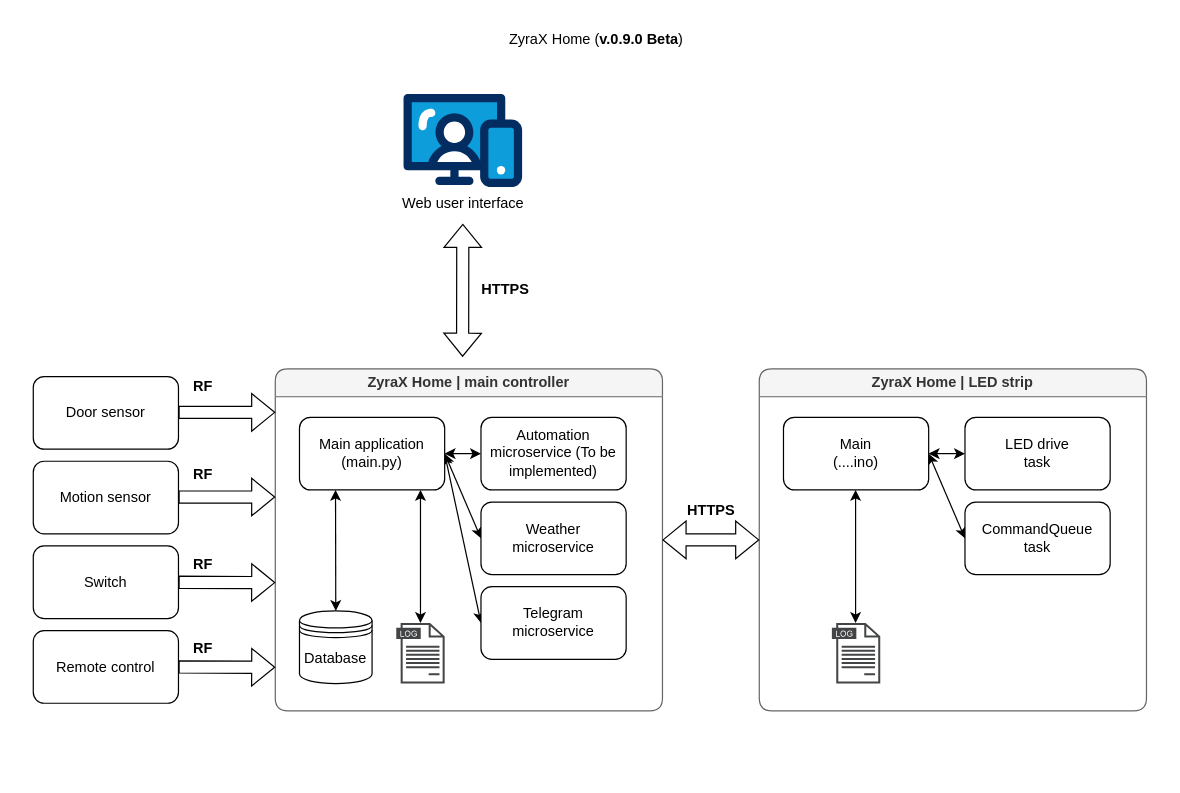
LukedeMunk/zyrax-home-main-controller keeps this draw.io diagram as documentation/software/system_overview_v0_9_0_Beta.drawio. Above is the earlier version. Source tidied: cells renumbered, new cells numbered last; positions are measured from the earlier drawing's top-left corner, leaving out a move shared by most shapes. Both pictures are drawn from the tidied source at 121%, with x=0, y=0 at pixel (33, 21).
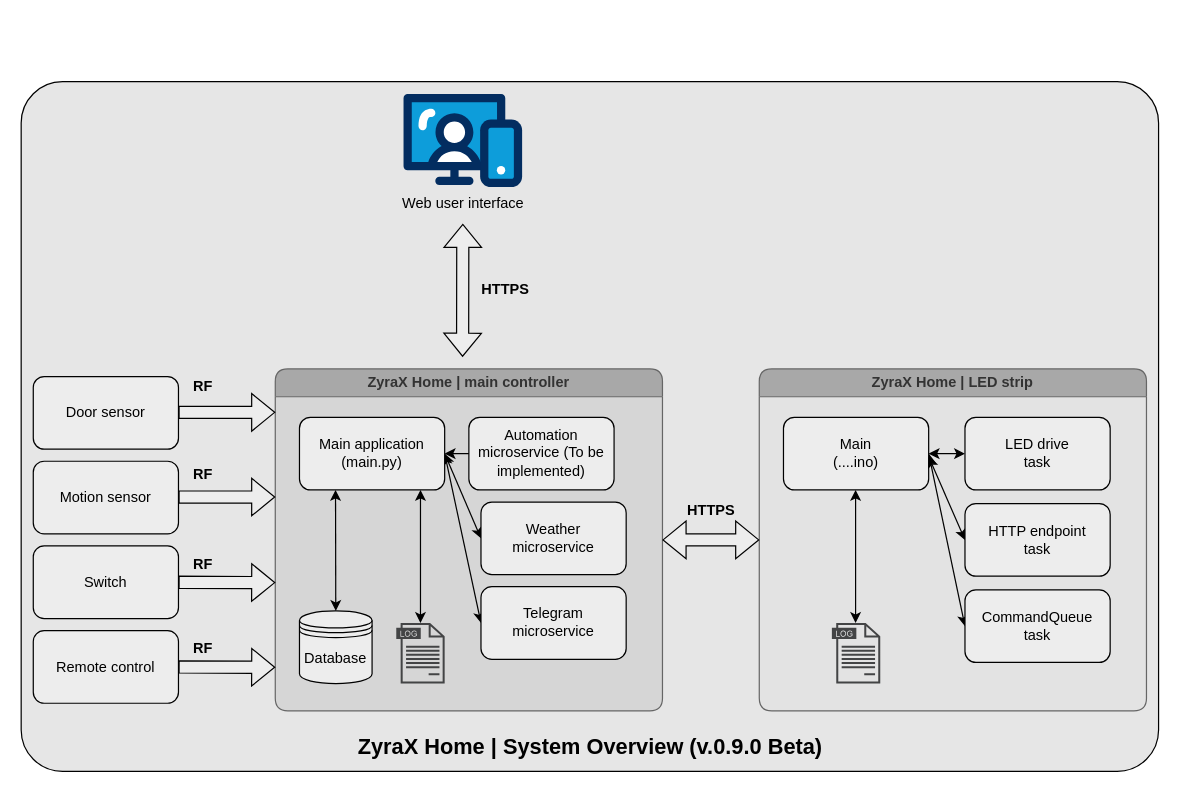
Above is the later version.

Diff of the diagram source:
```diff
@@
+    <mxCell id="40" style="rounded=1;whiteSpace=wrap;html=1;arcSize=6;imageHeight=24;fillColor=#E6E6E6;" parent="1" vertex="1">
+      <mxGeometry x="-10" y="50" width="940" height="570" as="geometry" />
+    </mxCell>
-    <mxCell id="2" value="ZyraX Home (&lt;b&gt;v.0.9.0 Beta&lt;/b&gt;)" style="text;html=1;align=center;verticalAlign=middle;strokeColor=none;fillColor=none;" parent="1" vertex="1">
-      <mxGeometry x="380" width="170" height="30" as="geometry" />
+    <mxCell id="2" value="&lt;font style=&quot;font-size: 18px;&quot;&gt;&lt;b&gt;ZyraX Home | System Overview (v.0.9.0 Beta)&lt;/b&gt;&lt;/font&gt;" style="text;html=1;align=center;verticalAlign=middle;strokeColor=none;fillColor=none;" parent="1" vertex="1">
+      <mxGeometry x="255" y="580" width="410" height="40" as="geometry" />
     </mxCell>
-    <mxCell id="3" value="Door sensor" style="rounded=1;whiteSpace=wrap;html=1;" parent="1" vertex="1">
+    <mxCell id="3" value="Door sensor" style="rounded=1;whiteSpace=wrap;html=1;fillColor=#EDEDED;" parent="1" vertex="1">
       <mxGeometry y="293.7" width="120" height="60" as="geometry" />
     </mxCell>
-    <mxCell id="4" value="Motion sensor" style="rounded=1;whiteSpace=wrap;html=1;" parent="1" vertex="1">
+    <mxCell id="4" value="Motion sensor" style="rounded=1;whiteSpace=wrap;html=1;fillColor=#EDEDED;" parent="1" vertex="1">
       <mxGeometry y="363.7" width="120" height="60" as="geometry" />
     </mxCell>
-    <mxCell id="5" value="Switch" style="rounded=1;whiteSpace=wrap;html=1;" parent="1" vertex="1">
+    <mxCell id="5" value="Switch" style="rounded=1;whiteSpace=wrap;html=1;fillColor=#EDEDED;" parent="1" vertex="1">
       <mxGeometry y="433.7" width="120" height="60" as="geometry" />
     </mxCell>
-    <mxCell id="6" value="Remote control" style="rounded=1;whiteSpace=wrap;html=1;" parent="1" vertex="1">
+    <mxCell id="6" value="Remote control" style="rounded=1;whiteSpace=wrap;html=1;fillColor=#EDEDED;" parent="1" vertex="1">
       <mxGeometry y="503.7" width="120" height="60" as="geometry" />
     </mxCell>
@@
-    <mxCell id="8" value="ZyraX Home | main controller" style="swimlane;whiteSpace=wrap;html=1;rounded=1;shadow=0;glass=0;fillStyle=auto;fillColor=#f5f5f5;fontColor=#333333;strokeColor=#666666;labelBackgroundColor=none;perimeterSpacing=0;gradientColor=none;swimlaneFillColor=default;" parent="1" vertex="1">
+    <mxCell id="8" value="ZyraX Home | main controller" style="swimlane;whiteSpace=wrap;html=1;rounded=1;shadow=0;glass=0;fillStyle=auto;fillColor=#A8A8A8;fontColor=#333333;strokeColor=#666666;labelBackgroundColor=none;perimeterSpacing=0;gradientColor=none;swimlaneFillColor=#D6D6D6;" parent="1" vertex="1">
       <mxGeometry x="200" y="287.4" width="320" height="282.6" as="geometry" />
     </mxCell>
@@
-    <mxCell id="12" value="Main application&lt;div&gt;(main.py)&lt;/div&gt;" style="rounded=1;whiteSpace=wrap;html=1;" parent="8" vertex="1">
+    <mxCell id="12" value="Main application&lt;div&gt;(main.py)&lt;/div&gt;" style="rounded=1;whiteSpace=wrap;html=1;fillColor=#EDEDED;" parent="8" vertex="1">
       <mxGeometry x="20" y="40" width="120" height="60" as="geometry" />
     </mxCell>
-    <mxCell id="13" value="Database" style="shape=datastore;whiteSpace=wrap;html=1;" parent="8" vertex="1">
+    <mxCell id="13" value="Database" style="shape=datastore;whiteSpace=wrap;html=1;fillColor=#EDEDED;" parent="8" vertex="1">
       <mxGeometry x="20" y="200" width="60" height="60" as="geometry" />
     </mxCell>
@@
-    <mxCell id="17" value="Automation&lt;div&gt;microservice (To be implemented)&lt;/div&gt;" style="rounded=1;whiteSpace=wrap;html=1;" parent="8" vertex="1">
-      <mxGeometry x="170" y="40" width="120" height="60" as="geometry" />
+    <mxCell id="17" value="Automation&lt;div&gt;microservice (To be implemented)&lt;/div&gt;" style="rounded=1;whiteSpace=wrap;html=1;fillColor=#EDEDED;" parent="8" vertex="1">
+      <mxGeometry x="160" y="40" width="120" height="60" as="geometry" />
     </mxCell>
-    <mxCell id="18" value="Weather&lt;div&gt;microservice&lt;/div&gt;" style="rounded=1;whiteSpace=wrap;html=1;" parent="8" vertex="1">
+    <mxCell id="18" value="Weather&lt;div&gt;microservice&lt;/div&gt;" style="rounded=1;whiteSpace=wrap;html=1;fillColor=#EDEDED;" parent="8" vertex="1">
       <mxGeometry x="170" y="110" width="120" height="60" as="geometry" />
     </mxCell>
-    <mxCell id="19" value="Telegram&lt;div&gt;microservice&lt;/div&gt;" style="rounded=1;whiteSpace=wrap;html=1;" parent="8" vertex="1">
+    <mxCell id="19" value="Telegram&lt;div&gt;microservice&lt;/div&gt;" style="rounded=1;whiteSpace=wrap;html=1;fillColor=#EDEDED;" parent="8" vertex="1">
       <mxGeometry x="170" y="180" width="120" height="60" as="geometry" />
     </mxCell>
-    <mxCell id="20" style="shape=flexArrow;endArrow=classic;startArrow=classic;html=1;rounded=0;exitX=0.478;exitY=-0.013;exitDx=0;exitDy=0;exitPerimeter=0;" parent="1" edge="1">
+    <mxCell id="20" style="shape=flexArrow;endArrow=classic;startArrow=classic;html=1;rounded=0;exitX=0.478;exitY=-0.013;exitDx=0;exitDy=0;exitPerimeter=0;fillColor=#EDEDED;" parent="1" edge="1">
       <mxGeometry relative="1" as="geometry">
         <mxPoint x="354.8" y="277.4" as="sourcePoint" />
         <mxPoint x="355" y="167.4" as="targetPoint" />
       </mxGeometry>
     </mxCell>
@@
-    <mxCell id="22" value="ZyraX Home | LED strip" style="swimlane;whiteSpace=wrap;html=1;rounded=1;shadow=0;glass=0;fillStyle=auto;fillColor=#f5f5f5;fontColor=#333333;strokeColor=#666666;labelBackgroundColor=none;perimeterSpacing=0;gradientColor=none;swimlaneFillColor=default;" parent="1" vertex="1">
+    <mxCell id="22" value="ZyraX Home | LED strip" style="swimlane;whiteSpace=wrap;html=1;rounded=1;shadow=0;glass=0;fillStyle=auto;fillColor=#A8A8A8;fontColor=#333333;strokeColor=#666666;labelBackgroundColor=none;perimeterSpacing=0;gradientColor=none;swimlaneFillColor=#E3E3E3;" parent="1" vertex="1">
       <mxGeometry x="600" y="287.4" width="320" height="282.6" as="geometry" />
     </mxCell>
@@
-    <mxCell id="25" value="Main&lt;div&gt;(....ino)&lt;/div&gt;" style="rounded=1;whiteSpace=wrap;html=1;" parent="22" vertex="1">
+    <mxCell id="25" value="Main&lt;div&gt;(....ino)&lt;/div&gt;" style="rounded=1;whiteSpace=wrap;html=1;fillColor=#EDEDED;" parent="22" vertex="1">
       <mxGeometry x="20" y="40" width="120" height="60" as="geometry" />
     </mxCell>
@@
-    <mxCell id="28" value="LED drive&lt;div&gt;task&lt;/div&gt;" style="rounded=1;whiteSpace=wrap;html=1;" parent="22" vertex="1">
+    <mxCell id="28" value="LED drive&lt;div&gt;task&lt;/div&gt;" style="rounded=1;whiteSpace=wrap;html=1;fillColor=#EDEDED;" parent="22" vertex="1">
       <mxGeometry x="170" y="40" width="120" height="60" as="geometry" />
     </mxCell>
-    <mxCell id="29" value="CommandQueue&lt;div&gt;task&lt;/div&gt;" style="rounded=1;whiteSpace=wrap;html=1;" parent="22" vertex="1">
-      <mxGeometry x="170" y="110" width="120" height="60" as="geometry" />
+    <mxCell id="29" value="CommandQueue&lt;div&gt;task&lt;/div&gt;" style="rounded=1;whiteSpace=wrap;html=1;fillColor=#EDEDED;" parent="22" vertex="1">
+      <mxGeometry x="170" y="182.6" width="120" height="60" as="geometry" />
     </mxCell>
+    <mxCell id="41" style="rounded=0;jettySize=auto;html=1;exitX=0;exitY=0.5;exitDx=0;exitDy=0;startArrow=classic;startFill=1;" parent="22" edge="1" source="42">
+      <mxGeometry relative="1" as="geometry">
+        <mxPoint x="140" y="72.6" as="targetPoint" />
+      </mxGeometry>
+    </mxCell>
+    <mxCell id="42" value="HTTP endpoint&lt;div&gt;task&lt;/div&gt;" style="rounded=1;whiteSpace=wrap;html=1;fillColor=#EDEDED;" parent="22" vertex="1">
+      <mxGeometry x="170" y="111.3" width="120" height="60" as="geometry" />
+    </mxCell>
-    <mxCell id="30" style="shape=flexArrow;endArrow=classic;html=1;rounded=0;exitX=1;exitY=0.5;exitDx=0;exitDy=0;" parent="1" edge="1" source="6">
+    <mxCell id="30" style="shape=flexArrow;endArrow=classic;html=1;rounded=0;exitX=1;exitY=0.5;exitDx=0;exitDy=0;fillColor=#EDEDED;" parent="1" edge="1" source="6">
       <mxGeometry relative="1" as="geometry">
         <mxPoint x="200" y="534" as="targetPoint" />
       </mxGeometry>
     </mxCell>
-    <mxCell id="31" style="shape=flexArrow;endArrow=classic;html=1;rounded=0;exitX=1;exitY=0.5;exitDx=0;exitDy=0;" parent="1" edge="1" source="5">
+    <mxCell id="31" style="shape=flexArrow;endArrow=classic;html=1;rounded=0;exitX=1;exitY=0.5;exitDx=0;exitDy=0;fillColor=#EDEDED;" parent="1" edge="1" source="5">
       <mxGeometry relative="1" as="geometry">
         <mxPoint x="200" y="464" as="targetPoint" />
       </mxGeometry>
     </mxCell>
-    <mxCell id="32" style="shape=flexArrow;endArrow=classic;html=1;rounded=0;exitX=1;exitY=0.5;exitDx=0;exitDy=0;" parent="1" edge="1">
+    <mxCell id="32" style="shape=flexArrow;endArrow=classic;html=1;rounded=0;exitX=1;exitY=0.5;exitDx=0;exitDy=0;fillColor=#EDEDED;" parent="1" edge="1">
       <mxGeometry relative="1" as="geometry">
         <mxPoint x="120" y="393.3" as="sourcePoint" />
         <mxPoint x="200" y="393.3" as="targetPoint" />
       </mxGeometry>
     </mxCell>
-    <mxCell id="33" style="shape=flexArrow;endArrow=classic;html=1;rounded=0;exitX=1;exitY=0.5;exitDx=0;exitDy=0;" parent="1" edge="1">
+    <mxCell id="33" style="shape=flexArrow;endArrow=classic;html=1;rounded=0;exitX=1;exitY=0.5;exitDx=0;exitDy=0;fillColor=#EDEDED;" parent="1" edge="1">
       <mxGeometry relative="1" as="geometry">
         <mxPoint x="120" y="323.3" as="sourcePoint" />
         <mxPoint x="200" y="323.3" as="targetPoint" />
       </mxGeometry>
     </mxCell>
-    <mxCell id="34" style="shape=flexArrow;endArrow=classic;startArrow=classic;html=1;rounded=0;exitX=1;exitY=0.5;exitDx=0;exitDy=0;entryX=0;entryY=0.5;entryDx=0;entryDy=0;" parent="1" edge="1" source="8" target="22">
+    <mxCell id="34" style="shape=flexArrow;endArrow=classic;startArrow=classic;html=1;rounded=0;exitX=1;exitY=0.5;exitDx=0;exitDy=0;entryX=0;entryY=0.5;entryDx=0;entryDy=0;fillColor=#EDEDED;" parent="1" edge="1" source="8" target="22">
       <mxGeometry relative="1" as="geometry" />
     </mxCell>
```
